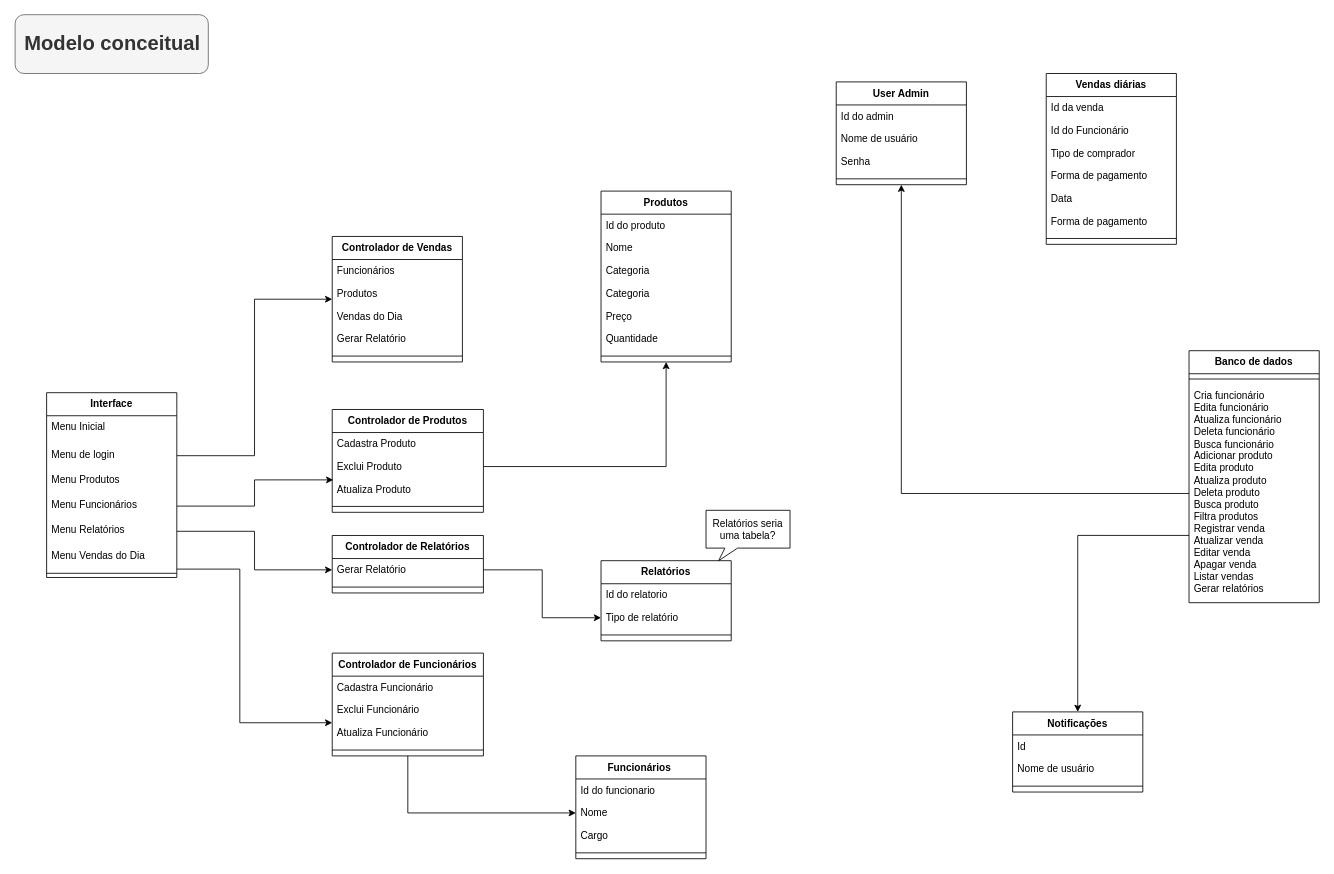
This is ModeloConceitual.drawio from belleruivo/cantina-fatore, a draw.io file, before an edit. Source tidied: cells renumbered, new cells numbered last; positions are measured from the earlier drawing's top-left corner, leaving out a move shared by most shapes. Both pictures are drawn from the tidied source at 84%, with x=0, y=0 at pixel (14, 14).
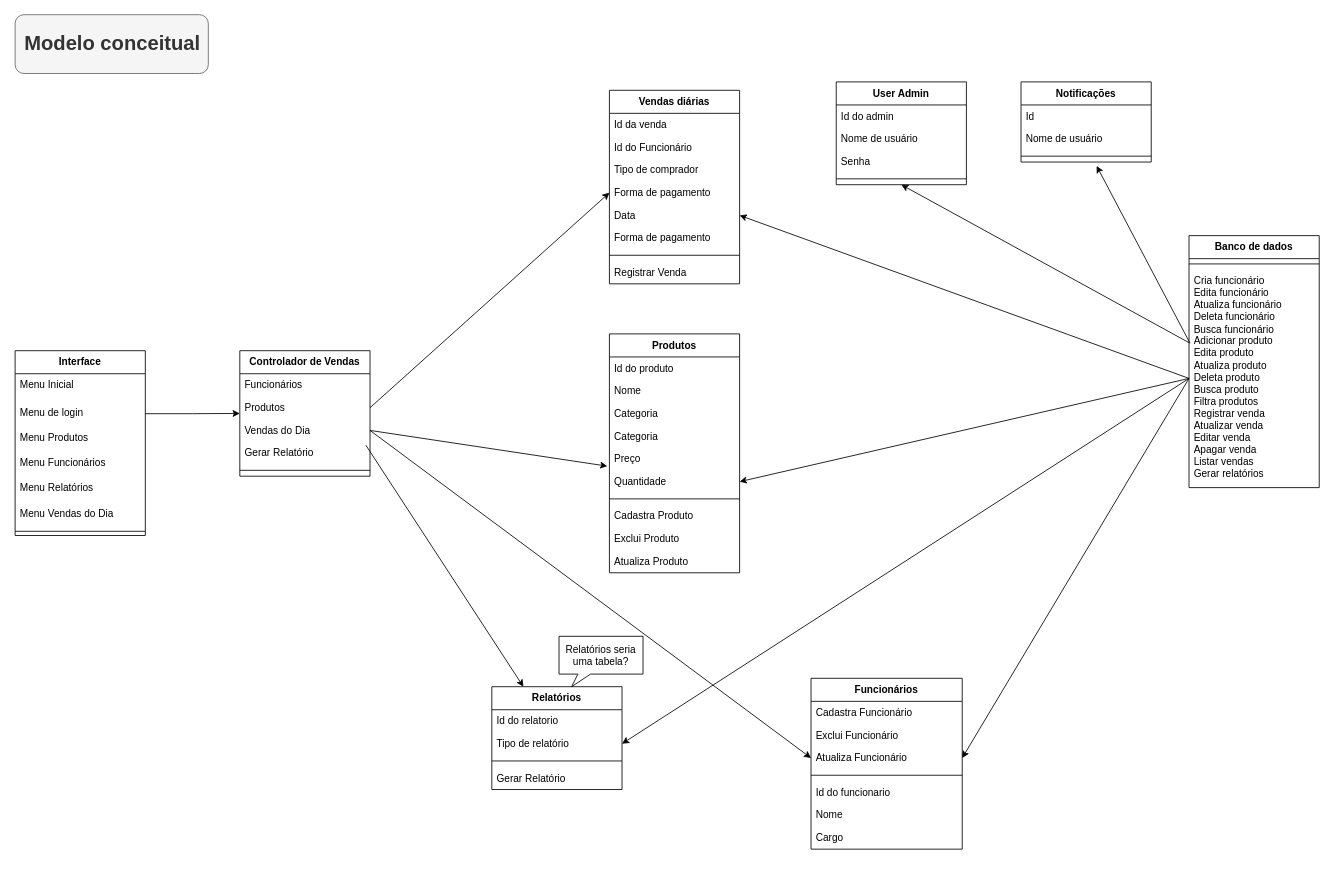
After the change.

Unchanged cells that the change refers to:
```xml
<mxCell id="4" value="Cria funcionário&lt;div&gt;Edita funcionário&lt;/div&gt;&lt;div&gt;Atualiza funcionário&lt;/div&gt;&lt;div&gt;Deleta funcionário&lt;/div&gt;&lt;div&gt;Busca funcionário&lt;/div&gt;&lt;div&gt;Adicionar produto&lt;/div&gt;&lt;div&gt;Edita produto&lt;/div&gt;&lt;div&gt;Atualiza produto&lt;/div&gt;&lt;div&gt;Deleta produto&lt;/div&gt;&lt;div&gt;Busca produto&lt;/div&gt;&lt;div&gt;Filtra produtos&lt;/div&gt;&lt;div&gt;Registrar venda&lt;/div&gt;&lt;div&gt;Atualizar venda&lt;/div&gt;&lt;div&gt;Editar venda&lt;/div&gt;&lt;div&gt;Apagar venda&lt;/div&gt;&lt;div&gt;Listar vendas&lt;/div&gt;&lt;div&gt;Gerar relatórios&lt;/div&gt;&lt;div&gt;&lt;br&gt;&lt;/div&gt;" style="text;strokeColor=none;fillColor=none;align=left;verticalAlign=top;spacingLeft=4;spacingRight=4;overflow=hidden;points=[[0,0.5],[1,0.5]];portConstraint=eastwest;whiteSpace=wrap;html=1;" parent="2" vertex="1">
  <mxGeometry y="40" width="155" height="260" as="geometry" />
</mxCell>
<mxCell id="5" value="User Admin" style="swimlane;fontStyle=1;align=center;verticalAlign=top;horizontal=1;startSize=27.428571428571427;" parent="1" vertex="1">
  <mxGeometry x="978" y="80" width="155" height="122.4" as="geometry" />
</mxCell>
<mxCell id="12" value="Tipo de relatório" style="text;strokeColor=none;fillColor=none;align=left;verticalAlign=top;spacingLeft=4;spacingRight=4;overflow=hidden;points=[[0,0.5],[1,0.5]];portConstraint=eastwest;" parent="10" vertex="1">
  <mxGeometry y="54.4" width="155" height="27" as="geometry" />
</mxCell>
<mxCell id="18" value="Forma de pagamento" style="text;strokeColor=none;fillColor=none;align=left;verticalAlign=top;spacingLeft=4;spacingRight=4;overflow=hidden;points=[[0,0.5],[1,0.5]];portConstraint=eastwest;" parent="14" vertex="1">
  <mxGeometry y="108.4" width="155" height="27" as="geometry" />
</mxCell>
<mxCell id="19" value="Data" style="text;strokeColor=none;fillColor=none;align=left;verticalAlign=top;spacingLeft=4;spacingRight=4;overflow=hidden;points=[[0,0.5],[1,0.5]];portConstraint=eastwest;" parent="14" vertex="1">
  <mxGeometry y="135.4" width="155" height="27" as="geometry" />
</mxCell>
<mxCell id="32" value="Quantidade" style="text;strokeColor=none;fillColor=none;align=left;verticalAlign=top;spacingLeft=4;spacingRight=4;overflow=hidden;points=[[0,0.5],[1,0.5]];portConstraint=eastwest;" parent="26" vertex="1">
  <mxGeometry y="162.4" width="155" height="27" as="geometry" />
</mxCell>
<mxCell id="38" value="Menu Funcionários" style="text;strokeColor=none;fillColor=none;align=left;verticalAlign=top;spacingLeft=4;spacingRight=4;overflow=hidden;points=[[0,0.5],[1,0.5]];portConstraint=eastwest;" parent="34" vertex="1">
  <mxGeometry y="120" width="155" height="30" as="geometry" />
</mxCell>
<mxCell id="39" value="Menu Relatórios" style="text;strokeColor=none;fillColor=none;align=left;verticalAlign=top;spacingLeft=4;spacingRight=4;overflow=hidden;points=[[0,0.5],[1,0.5]];portConstraint=eastwest;" parent="34" vertex="1">
  <mxGeometry y="150" width="155" height="30" as="geometry" />
</mxCell>
<mxCell id="46" value="Produtos" style="text;strokeColor=none;fillColor=none;align=left;verticalAlign=top;spacingLeft=4;spacingRight=4;overflow=hidden;points=[[0,0.5],[1,0.5]];portConstraint=eastwest;" parent="44" vertex="1">
  <mxGeometry y="54.4" width="155" height="27" as="geometry" />
</mxCell>
<mxCell id="47" value="Vendas do Dia" style="text;strokeColor=none;fillColor=none;align=left;verticalAlign=top;spacingLeft=4;spacingRight=4;overflow=hidden;points=[[0,0.5],[1,0.5]];portConstraint=eastwest;" parent="44" vertex="1">
  <mxGeometry y="81.4" width="155" height="27" as="geometry" />
</mxCell>
<mxCell id="57" value="Atualiza Funcionário" style="text;strokeColor=none;fillColor=none;align=left;verticalAlign=top;spacingLeft=4;spacingRight=4;overflow=hidden;points=[[0,0.5],[1,0.5]];portConstraint=eastwest;" parent="54" vertex="1">
  <mxGeometry y="81.4" width="180" height="27" as="geometry" />
</mxCell>
```

What changed in the source:
```diff
@@
     <mxCell id="2" value="Banco de dados" style="swimlane;fontStyle=1;align=center;verticalAlign=top;horizontal=1;startSize=27.428571428571427;" parent="1" vertex="1">
-      <mxGeometry x="1398" y="400" width="155" height="300" as="geometry" />
+      <mxGeometry x="1398" y="263" width="155" height="300" as="geometry" />
     </mxCell>
@@
     <mxCell id="10" value="Relatórios" style="swimlane;fontStyle=1;align=center;verticalAlign=top;horizontal=1;startSize=27.428571428571427;" parent="1" vertex="1">
-      <mxGeometry x="698" y="650" width="155" height="95.4" as="geometry" />
+      <mxGeometry x="568" y="800" width="155" height="122.4" as="geometry" />
     </mxCell>
@@
+    <mxCell id="72" value="Gerar Relatório" style="text;strokeColor=none;fillColor=none;align=left;verticalAlign=top;spacingLeft=4;spacingRight=4;overflow=hidden;points=[[0,0.5],[1,0.5]];portConstraint=eastwest;" parent="10" vertex="1">
+      <mxGeometry y="95.4" width="155" height="27" as="geometry" />
+    </mxCell>
     <mxCell id="14" value="Vendas diárias" style="swimlane;fontStyle=1;align=center;verticalAlign=top;horizontal=1;startSize=27.428571428571427;" parent="1" vertex="1">
-      <mxGeometry x="1228" y="70" width="155" height="203.4" as="geometry" />
+      <mxGeometry x="708" y="90" width="155" height="230.4" as="geometry" />
     </mxCell>
@@
+    <mxCell id="77" value="Registrar Venda" style="text;strokeColor=none;fillColor=none;align=left;verticalAlign=top;spacingLeft=4;spacingRight=4;overflow=hidden;" parent="14" vertex="1">
+      <mxGeometry y="203.4" width="155" height="27" as="geometry" />
+    </mxCell>
     <mxCell id="22" value="Notificações" style="swimlane;fontStyle=1;align=center;verticalAlign=top;horizontal=1;startSize=27.428571428571427;" parent="1" vertex="1">
-      <mxGeometry x="1188" y="830" width="155" height="95.4" as="geometry" />
+      <mxGeometry x="1198" y="80" width="155" height="95.4" as="geometry" />
     </mxCell>
@@
     <mxCell id="26" value="Produtos" style="swimlane;fontStyle=1;align=center;verticalAlign=top;horizontal=1;startSize=27.428571428571427;" parent="1" vertex="1">
-      <mxGeometry x="698" y="210" width="155" height="203.4" as="geometry" />
+      <mxGeometry x="708" y="380" width="155" height="284.4" as="geometry" />
     </mxCell>
@@
+    <mxCell id="60" value="Cadastra Produto" style="text;strokeColor=none;fillColor=none;align=left;verticalAlign=top;spacingLeft=4;spacingRight=4;overflow=hidden;" parent="26" vertex="1">
+      <mxGeometry y="203.4" width="155" height="27" as="geometry" />
+    </mxCell>
+    <mxCell id="61" value="Exclui Produto" style="text;strokeColor=none;fillColor=none;align=left;verticalAlign=top;spacingLeft=4;spacingRight=4;overflow=hidden;points=[[0,0.5],[1,0.5]];portConstraint=eastwest;" parent="26" vertex="1">
+      <mxGeometry y="230.4" width="155" height="27" as="geometry" />
+    </mxCell>
+    <mxCell id="62" value="Atualiza Produto" style="text;strokeColor=none;fillColor=none;align=left;verticalAlign=top;spacingLeft=4;spacingRight=4;overflow=hidden;" parent="26" vertex="1">
+      <mxGeometry y="257.4" width="155" height="27" as="geometry" />
+    </mxCell>
     <mxCell id="34" value="Interface" style="swimlane;fontStyle=1;align=center;verticalAlign=top;horizontal=1;startSize=27.428571428571427;" parent="1" vertex="1">
-      <mxGeometry x="38" y="450" width="155" height="220" as="geometry" />
+      <mxGeometry x="0.5" y="400" width="155" height="220" as="geometry" />
     </mxCell>
@@
     <mxCell id="43" value="Relatórios seria uma tabela?" style="whiteSpace=wrap;html=1;shape=mxgraph.basic.rectCallout;dx=30;dy=15;boundedLbl=1;" parent="1" vertex="1">
-      <mxGeometry x="823" y="590" width="100" height="60" as="geometry" />
+      <mxGeometry x="648" y="740" width="100" height="60" as="geometry" />
     </mxCell>
     <mxCell id="44" value="Controlador de Vendas" style="swimlane;fontStyle=1;align=center;verticalAlign=top;horizontal=1;startSize=27.428571428571427;" parent="1" vertex="1">
-      <mxGeometry x="378" y="264" width="155" height="149.4" as="geometry" />
+      <mxGeometry x="268" y="400" width="155" height="149.4" as="geometry" />
     </mxCell>
@@
-    <mxCell id="50" style="edgeStyle=orthogonalEdgeStyle;rounded=0;jettySize=auto;html=1;entryX=0.5;entryY=1;entryDx=0;entryDy=0;" parent="1" edge="1" source="4" target="5">
-      <mxGeometry relative="1" as="geometry" />
-    </mxCell>
@@
-    <mxCell id="52" style="edgeStyle=orthogonalEdgeStyle;rounded=0;jettySize=auto;html=1;exitX=1;exitY=0.5;exitDx=0;exitDy=0;entryX=0.5;entryY=1;entryDx=0;entryDy=0;" parent="1" edge="1" source="61" target="26">
-      <mxGeometry relative="1" as="geometry" />
-    </mxCell>
-    <mxCell id="53" style="edgeStyle=orthogonalEdgeStyle;rounded=0;jettySize=auto;html=1;entryX=0;entryY=0.5;entryDx=0;entryDy=0;" parent="1" edge="1" source="54" target="68">
-      <mxGeometry relative="1" as="geometry" />
-    </mxCell>
-    <mxCell id="54" value="Controlador de Funcionários" style="swimlane;fontStyle=1;align=center;verticalAlign=top;horizontal=1;startSize=27.428571428571427;" parent="1" vertex="1">
-      <mxGeometry x="378" y="760" width="180" height="122.4" as="geometry" />
+    <mxCell id="54" value="Funcionários" style="swimlane;fontStyle=1;align=center;verticalAlign=top;horizontal=1;startSize=27.428571428571427;" parent="1" vertex="1">
+      <mxGeometry x="948" y="790" width="180" height="203.4" as="geometry" />
     </mxCell>
@@
-    <mxCell id="59" value="Controlador de Produtos" style="swimlane;fontStyle=1;align=center;verticalAlign=top;horizontal=1;startSize=27.428571428571427;" parent="1" vertex="1">
-      <mxGeometry x="378" y="470" width="180" height="122.4" as="geometry" />
-    </mxCell>
-    <mxCell id="60" value="Cadastra Produto" style="text;strokeColor=none;fillColor=none;align=left;verticalAlign=top;spacingLeft=4;spacingRight=4;overflow=hidden;" parent="59" vertex="1">
-      <mxGeometry y="27.4" width="180" height="27" as="geometry" />
-    </mxCell>
-    <mxCell id="61" value="Exclui Produto" style="text;strokeColor=none;fillColor=none;align=left;verticalAlign=top;spacingLeft=4;spacingRight=4;overflow=hidden;points=[[0,0.5],[1,0.5]];portConstraint=eastwest;" parent="59" vertex="1">
-      <mxGeometry y="54.4" width="180" height="27" as="geometry" />
-    </mxCell>
-    <mxCell id="62" value="Atualiza Produto" style="text;strokeColor=none;fillColor=none;align=left;verticalAlign=top;spacingLeft=4;spacingRight=4;overflow=hidden;" parent="59" vertex="1">
-      <mxGeometry y="81.4" width="180" height="27" as="geometry" />
-    </mxCell>
-    <mxCell id="63" style="line;strokeWidth=1;fillColor=none;align=left;verticalAlign=middle;spacingTop=-1;spacingLeft=3;spacingRight=3;labelPosition=right;strokeColor=inherit;" parent="59" vertex="1">
-      <mxGeometry y="108.4" width="180" height="14" as="geometry" />
-    </mxCell>
-    <mxCell id="64" style="edgeStyle=orthogonalEdgeStyle;rounded=0;jettySize=auto;html=1;entryX=0.007;entryY=1.088;entryDx=0;entryDy=0;entryPerimeter=0;" parent="1" edge="1" source="38" target="61">
-      <mxGeometry relative="1" as="geometry" />
-    </mxCell>
-    <mxCell id="65" style="edgeStyle=orthogonalEdgeStyle;rounded=0;orthogonalLoop=1;jettySize=auto;html=1;entryX=0;entryY=0.5;entryDx=0;entryDy=0;" parent="1" edge="1">
-      <mxGeometry relative="1" as="geometry">
-        <mxPoint x="193" y="660" as="sourcePoint" />
-        <mxPoint x="378" y="842.9" as="targetPoint" />
-        <Array as="points">
-          <mxPoint x="268" y="660" />
-          <mxPoint x="268" y="843" />
-        </Array>
-      </mxGeometry>
-    </mxCell>
-    <mxCell id="66" value="Funcionários " style="swimlane;fontStyle=1;align=center;verticalAlign=top;horizontal=1;startSize=27.428571428571427;" parent="1" vertex="1">
-      <mxGeometry x="668" y="882.4" width="155" height="122.4" as="geometry" />
-    </mxCell>
-    <mxCell id="67" value="Id do funcionario" style="text;strokeColor=none;fillColor=none;align=left;verticalAlign=top;spacingLeft=4;spacingRight=4;overflow=hidden;" parent="66" vertex="1">
-      <mxGeometry y="27.4" width="155" height="27" as="geometry" />
+    <mxCell id="67" value="Id do funcionario" style="text;strokeColor=none;fillColor=none;align=left;verticalAlign=top;spacingLeft=4;spacingRight=4;overflow=hidden;" parent="54" vertex="1">
+      <mxGeometry y="122.4" width="180" height="27" as="geometry" />
     </mxCell>
-    <mxCell id="68" value="Nome" style="text;strokeColor=none;fillColor=none;align=left;verticalAlign=top;spacingLeft=4;spacingRight=4;overflow=hidden;points=[[0,0.5],[1,0.5]];portConstraint=eastwest;" parent="66" vertex="1">
-      <mxGeometry y="54.4" width="155" height="27" as="geometry" />
+    <mxCell id="68" value="Nome" style="text;strokeColor=none;fillColor=none;align=left;verticalAlign=top;spacingLeft=4;spacingRight=4;overflow=hidden;points=[[0,0.5],[1,0.5]];portConstraint=eastwest;" parent="54" vertex="1">
+      <mxGeometry y="149.4" width="180" height="27" as="geometry" />
     </mxCell>
-    <mxCell id="69" value="Cargo" style="text;strokeColor=none;fillColor=none;align=left;verticalAlign=top;spacingLeft=4;spacingRight=4;overflow=hidden;" parent="66" vertex="1">
-      <mxGeometry y="81.4" width="155" height="27" as="geometry" />
+    <mxCell id="69" value="Cargo" style="text;strokeColor=none;fillColor=none;align=left;verticalAlign=top;spacingLeft=4;spacingRight=4;overflow=hidden;" parent="54" vertex="1">
+      <mxGeometry y="176.4" width="180" height="27" as="geometry" />
     </mxCell>
-    <mxCell id="70" style="line;strokeWidth=1;fillColor=none;align=left;verticalAlign=middle;spacingTop=-1;spacingLeft=3;spacingRight=3;labelPosition=right;strokeColor=inherit;" parent="66" vertex="1">
-      <mxGeometry y="108.4" width="155" height="14" as="geometry" />
-    </mxCell>
-    <mxCell id="71" value="Controlador de Relatórios" style="swimlane;fontStyle=1;align=center;verticalAlign=top;horizontal=1;startSize=27.428571428571427;" parent="1" vertex="1">
-      <mxGeometry x="378" y="620" width="180" height="68.4" as="geometry" />
-    </mxCell>
-    <mxCell id="72" value="Gerar Relatório" style="text;strokeColor=none;fillColor=none;align=left;verticalAlign=top;spacingLeft=4;spacingRight=4;overflow=hidden;points=[[0,0.5],[1,0.5]];portConstraint=eastwest;" parent="71" vertex="1">
-      <mxGeometry y="27.4" width="180" height="27" as="geometry" />
-    </mxCell>
-    <mxCell id="73" style="line;strokeWidth=1;fillColor=none;align=left;verticalAlign=middle;spacingTop=-1;spacingLeft=3;spacingRight=3;labelPosition=right;strokeColor=inherit;" parent="71" vertex="1">
-      <mxGeometry y="54.4" width="180" height="14" as="geometry" />
-    </mxCell>
-    <mxCell id="74" style="edgeStyle=orthogonalEdgeStyle;rounded=0;jettySize=auto;html=1;" parent="1" edge="1" source="39" target="72">
-      <mxGeometry relative="1" as="geometry" />
-    </mxCell>
-    <mxCell id="75" style="edgeStyle=orthogonalEdgeStyle;rounded=0;jettySize=auto;html=1;exitX=1;exitY=0.5;exitDx=0;exitDy=0;entryX=0;entryY=0.5;entryDx=0;entryDy=0;" parent="1" edge="1" source="72" target="12">
-      <mxGeometry relative="1" as="geometry" />
-    </mxCell>
-    <mxCell id="76" style="edgeStyle=orthogonalEdgeStyle;rounded=0;jettySize=auto;html=1;exitX=0;exitY=0.692;exitDx=0;exitDy=0;exitPerimeter=0;" parent="1" edge="1" source="4" target="22">
-      <mxGeometry relative="1" as="geometry" />
-    </mxCell>
+    <mxCell id="50" style="endArrow=classic;html=1;rounded=0;entryX=0.5;entryY=1;entryDx=0;entryDy=0;" parent="1" edge="1" source="4" target="5">
+      <mxGeometry relative="1" as="geometry" />
+    </mxCell>
+    <mxCell id="78" style="endArrow=classic;html=1;rounded=0;exitX=0.008;exitY=0.339;exitDx=0;exitDy=0;exitPerimeter=0;" parent="1" edge="1" source="4">
+      <mxGeometry relative="1" as="geometry">
+        <mxPoint x="1288" y="180" as="targetPoint" />
+      </mxGeometry>
+    </mxCell>
+    <mxCell id="79" style="endArrow=classic;html=1;rounded=0;entryX=1;entryY=0.5;entryDx=0;entryDy=0;exitX=0;exitY=0.5;exitDx=0;exitDy=0;" parent="1" edge="1" source="4" target="57">
+      <mxGeometry relative="1" as="geometry" />
+    </mxCell>
+    <mxCell id="80" style="endArrow=classic;html=1;rounded=0;exitX=1;exitY=0.5;exitDx=0;exitDy=0;entryX=0;entryY=0.5;entryDx=0;entryDy=0;" parent="1" edge="1" source="47" target="57">
+      <mxGeometry relative="1" as="geometry" />
+    </mxCell>
+    <mxCell id="81" style="endArrow=classic;html=1;rounded=0;exitX=0.968;exitY=1.151;exitDx=0;exitDy=0;exitPerimeter=0;" parent="1" edge="1" source="47" target="10">
+      <mxGeometry relative="1" as="geometry" />
+    </mxCell>
+    <mxCell id="82" style="endArrow=classic;html=1;rounded=0;exitX=0;exitY=0.5;exitDx=0;exitDy=0;entryX=1;entryY=0.5;entryDx=0;entryDy=0;" parent="1" edge="1" source="4" target="12">
+      <mxGeometry relative="1" as="geometry" />
+    </mxCell>
+    <mxCell id="83" style="endArrow=classic;html=1;rounded=0;exitX=1;exitY=0.5;exitDx=0;exitDy=0;entryX=-0.016;entryY=-0.183;entryDx=0;entryDy=0;entryPerimeter=0;" parent="1" edge="1" source="47" target="32">
+      <mxGeometry relative="1" as="geometry" />
+    </mxCell>
+    <mxCell id="84" style="endArrow=classic;html=1;rounded=0;entryX=1;entryY=0.5;entryDx=0;entryDy=0;exitX=0;exitY=0.5;exitDx=0;exitDy=0;" parent="1" edge="1" source="4" target="32">
+      <mxGeometry relative="1" as="geometry" />
+    </mxCell>
+    <mxCell id="85" style="endArrow=classic;html=1;rounded=0;exitX=1;exitY=0.5;exitDx=0;exitDy=0;entryX=0;entryY=0.5;entryDx=0;entryDy=0;" parent="1" edge="1" source="46" target="18">
+      <mxGeometry relative="1" as="geometry" />
+    </mxCell>
+    <mxCell id="86" style="endArrow=classic;html=1;rounded=0;exitX=0;exitY=0.5;exitDx=0;exitDy=0;entryX=1;entryY=0.5;entryDx=0;entryDy=0;" parent="1" edge="1" source="4" target="19">
+      <mxGeometry relative="1" as="geometry" />
+    </mxCell>
```
